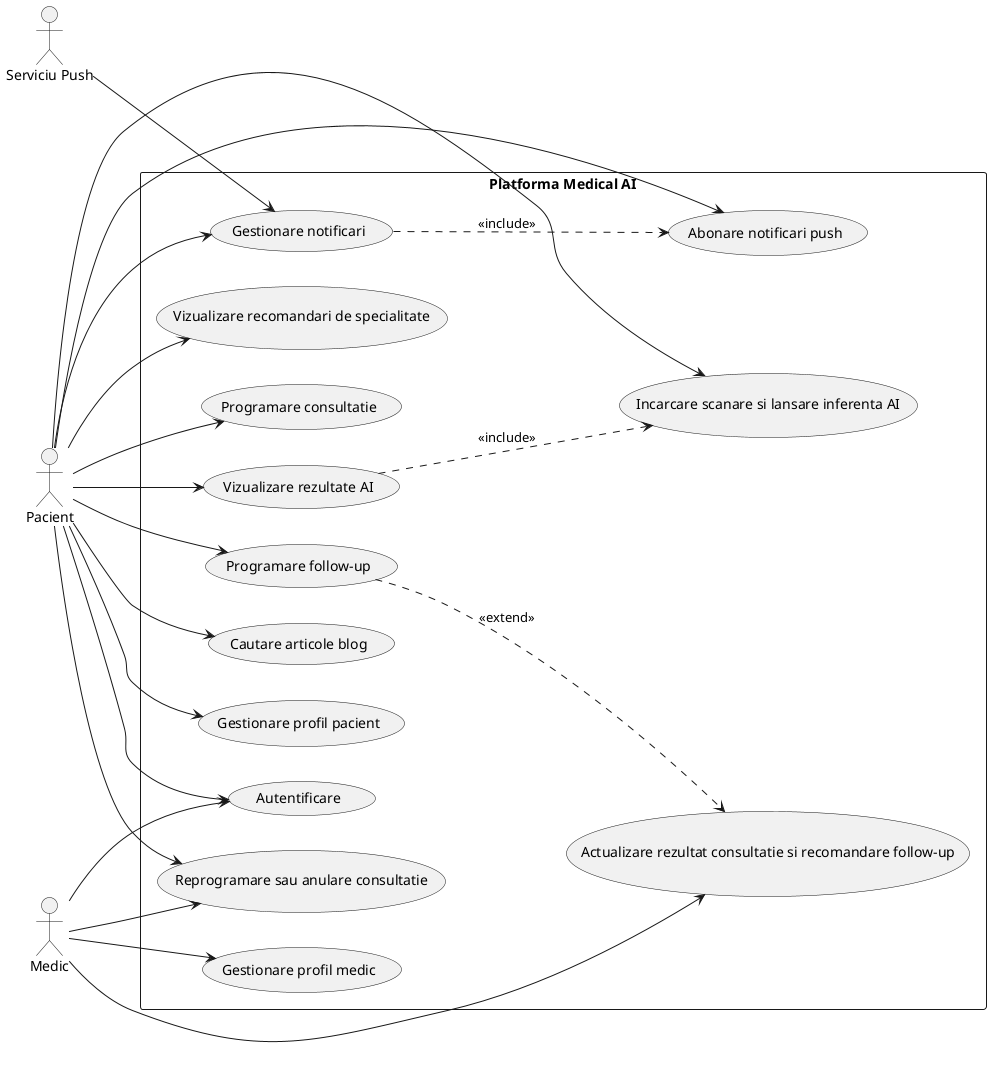
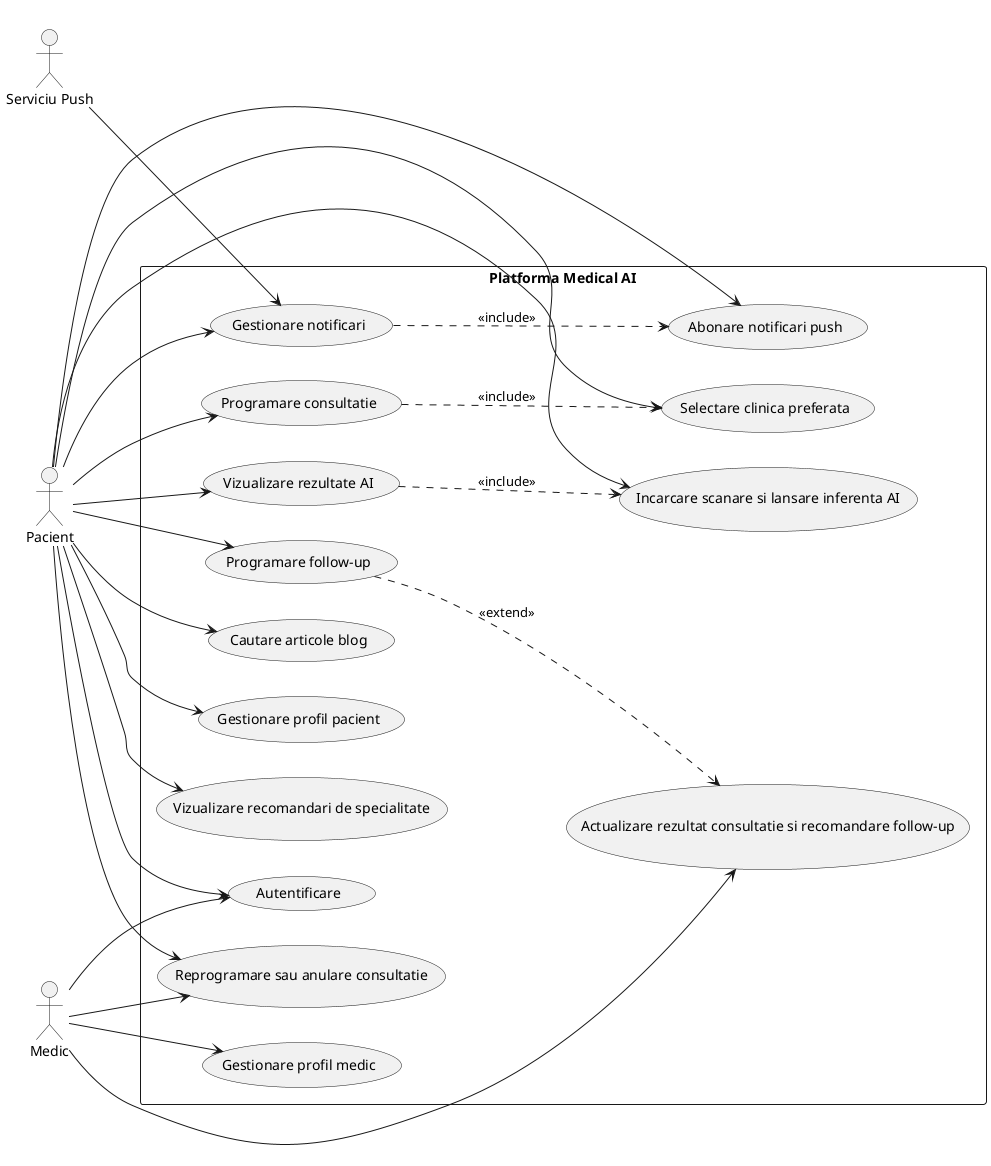
@startuml
left to right direction

actor Pacient
actor Medic
actor "Serviciu Push" as Push

rectangle "Platforma Medical AI" {
  usecase "Autentificare" as UCAuth
  usecase "Gestionare profil pacient" as UCProfilPacient
+   usecase "Selectare clinica preferata" as UCClinicaPreferata
  usecase "Gestionare profil medic" as UCProfilMedic
  usecase "Vizualizare recomandari de specialitate" as UCRecomandari
  usecase "Programare consultatie" as UCProgramare
  usecase "Reprogramare sau anulare consultatie" as UCUpdateProgramare
  usecase "Incarcare scanare si lansare inferenta AI" as UCScan
  usecase "Vizualizare rezultate AI" as UCRezultateAI
  usecase "Actualizare rezultat consultatie si recomandare follow-up" as UCMedicOutcome
  usecase "Programare follow-up" as UCFollowUp
  usecase "Cautare articole blog" as UCBlog
  usecase "Gestionare notificari" as UCNotificari
  usecase "Abonare notificari push" as UCPush
}

Pacient --> UCAuth
Pacient --> UCProfilPacient
+ Pacient --> UCClinicaPreferata
Pacient --> UCRecomandari
Pacient --> UCProgramare
Pacient --> UCUpdateProgramare
Pacient --> UCScan
Pacient --> UCRezultateAI
Pacient --> UCFollowUp
Pacient --> UCBlog
Pacient --> UCNotificari
Pacient --> UCPush

Medic --> UCAuth
Medic --> UCProfilMedic
Medic --> UCUpdateProgramare
Medic --> UCMedicOutcome

Push --> UCNotificari

UCRezultateAI ..> UCScan : <<include>>
+ UCProgramare ..> UCClinicaPreferata : <<include>>
UCFollowUp ..> UCMedicOutcome : <<extend>>
UCNotificari ..> UCPush : <<include>>

@enduml